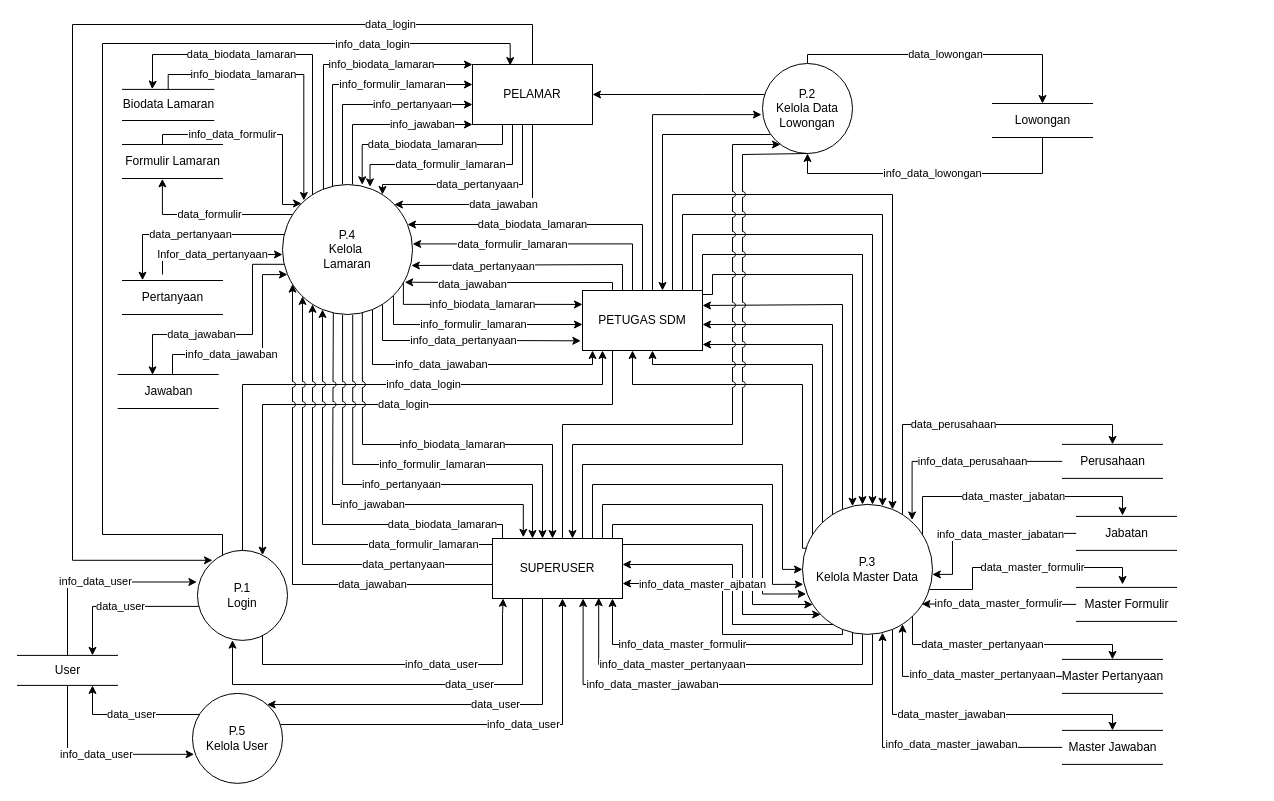
The draw.io diagram page "DFD 0" (2 of 7) of DFD v2.drawio in keys2505/tugas-akhir, before the edit. Source tidied: cells renumbered, new cells numbered last; positions are measured from the earlier drawing's top-left corner, leaving out a move shared by most shapes. Both pictures are drawn from the tidied source at 100%, with x=0, y=0 at pixel (17, 24).
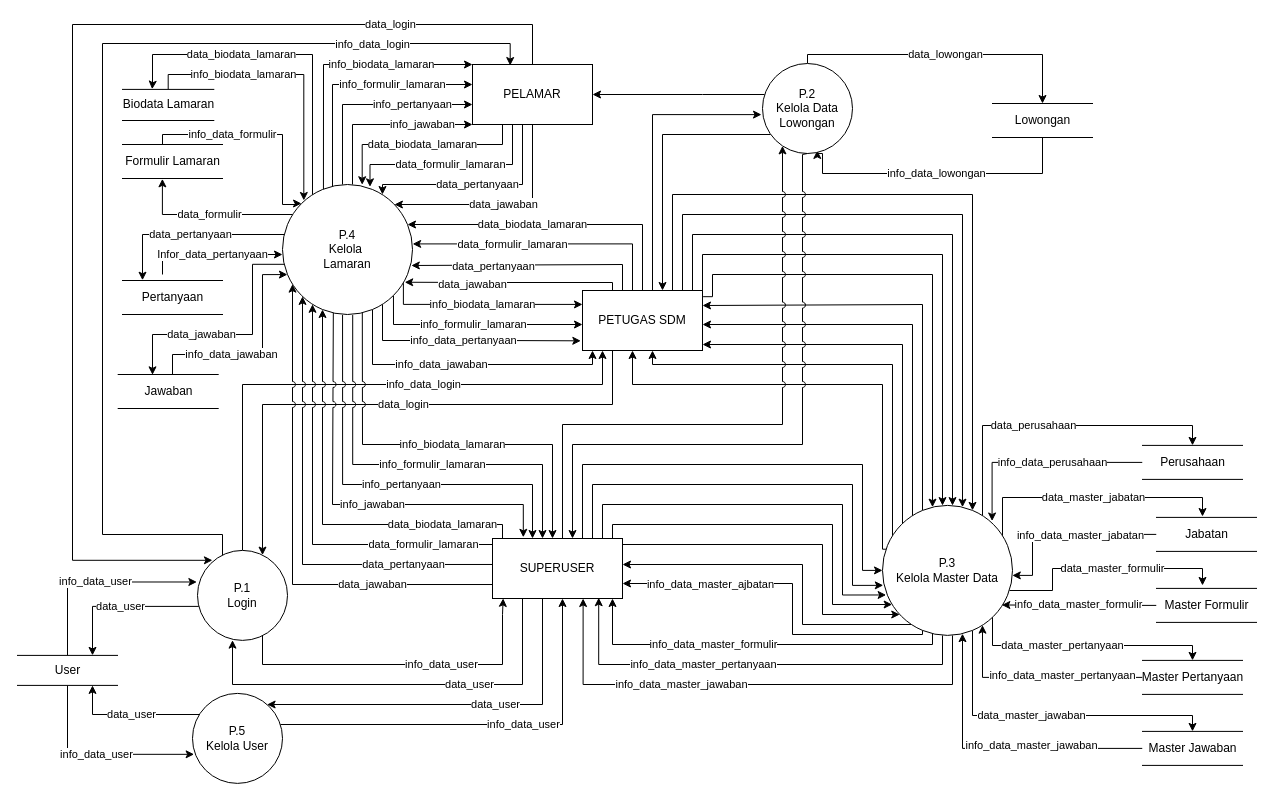
After the change.

Unchanged cells that the change refers to:
```xml
<mxCell id="18" value="PETUGAS SDM" style="rounded=0;whiteSpace=wrap;html=1;" parent="1" vertex="1">
  <mxGeometry x="565" y="266" width="120" height="60" as="geometry" />
</mxCell>
<mxCell id="35" value="SUPERUSER" style="rounded=0;whiteSpace=wrap;html=1;" parent="1" vertex="1">
  <mxGeometry x="475" y="514" width="130" height="60" as="geometry" />
</mxCell>
<mxCell id="40" value="Lowongan" style="html=1;dashed=0;whitespace=wrap;shape=partialRectangle;right=0;left=0;" parent="1" vertex="1">
  <mxGeometry x="975" y="79" width="100" height="34" as="geometry" />
</mxCell>
<mxCell id="44" value="&lt;div&gt;P.2&lt;/div&gt;&lt;div&gt;Kelola Data Lowongan&lt;br&gt;&lt;/div&gt;" style="ellipse;whiteSpace=wrap;html=1;" parent="1" vertex="1">
  <mxGeometry x="745" y="39" width="90" height="90" as="geometry" />
</mxCell>
```

Change to the diagram source:
```diff
@@
     <mxCell id="13" style="edgeStyle=orthogonalEdgeStyle;rounded=0;jettySize=auto;html=1;" parent="1" edge="1" source="18" target="61">
       <mxGeometry relative="1" as="geometry">
         <Array as="points">
           <mxPoint x="665" y="190" />
-          <mxPoint x="865" y="190" />
+          <mxPoint x="945" y="190" />
         </Array>
       </mxGeometry>
     </mxCell>
     <mxCell id="14" style="edgeStyle=orthogonalEdgeStyle;rounded=0;jettySize=auto;html=1;" parent="1" edge="1" source="18" target="61">
       <mxGeometry relative="1" as="geometry">
         <Array as="points">
           <mxPoint x="685" y="230" />
-          <mxPoint x="845" y="230" />
+          <mxPoint x="925" y="230" />
         </Array>
       </mxGeometry>
     </mxCell>
     <mxCell id="15" style="edgeStyle=orthogonalEdgeStyle;rounded=0;jettySize=auto;html=1;" parent="1" edge="1" source="18" target="61">
       <mxGeometry relative="1" as="geometry">
         <Array as="points">
           <mxPoint x="655" y="170" />
-          <mxPoint x="875" y="170" />
+          <mxPoint x="955" y="170" />
         </Array>
       </mxGeometry>
     </mxCell>
     <mxCell id="16" style="edgeStyle=orthogonalEdgeStyle;rounded=0;jettySize=auto;html=1;" parent="1" edge="1" source="18" target="61">
       <mxGeometry relative="1" as="geometry">
         <Array as="points">
           <mxPoint x="675" y="210" />
-          <mxPoint x="855" y="210" />
+          <mxPoint x="935" y="210" />
         </Array>
       </mxGeometry>
     </mxCell>
-    <mxCell id="17" style="edgeStyle=orthogonalEdgeStyle;rounded=0;jettySize=auto;html=1;" parent="1" edge="1" source="18" target="61">
+    <mxCell id="17" style="edgeStyle=orthogonalEdgeStyle;rounded=0;jettySize=auto;html=1;exitX=1.005;exitY=0.103;exitDx=0;exitDy=0;exitPerimeter=0;" parent="1" edge="1" source="18" target="61">
       <mxGeometry relative="1" as="geometry">
         <Array as="points">
-          <mxPoint x="695" y="270" />
+          <mxPoint x="695" y="272" />
           <mxPoint x="695" y="250" />
-          <mxPoint x="835" y="250" />
+          <mxPoint x="915" y="250" />
         </Array>
       </mxGeometry>
     </mxCell>
@@
     <mxCell id="31" style="edgeStyle=orthogonalEdgeStyle;rounded=0;jettySize=auto;html=1;entryX=0;entryY=0.5;entryDx=0;entryDy=0;" parent="1" edge="1" source="35" target="61">
       <mxGeometry relative="1" as="geometry">
         <Array as="points">
           <mxPoint x="565" y="440" />
-          <mxPoint x="765" y="440" />
-          <mxPoint x="765" y="545" />
+          <mxPoint x="845" y="440" />
+          <mxPoint x="845" y="546" />
         </Array>
       </mxGeometry>
     </mxCell>
     <mxCell id="32" style="edgeStyle=orthogonalEdgeStyle;rounded=0;jettySize=auto;html=1;entryX=0.006;entryY=0.615;entryDx=0;entryDy=0;entryPerimeter=0;" parent="1" edge="1" source="35" target="61">
       <mxGeometry relative="1" as="geometry">
         <Array as="points">
           <mxPoint x="575" y="460" />
-          <mxPoint x="755" y="460" />
-          <mxPoint x="755" y="560" />
+          <mxPoint x="835" y="460" />
+          <mxPoint x="835" y="561" />
         </Array>
       </mxGeometry>
     </mxCell>
     <mxCell id="33" style="edgeStyle=orthogonalEdgeStyle;rounded=0;jettySize=auto;html=1;entryX=0.028;entryY=0.689;entryDx=0;entryDy=0;entryPerimeter=0;" parent="1" edge="1" source="35" target="61">
       <mxGeometry relative="1" as="geometry">
         <Array as="points">
           <mxPoint x="585" y="480" />
-          <mxPoint x="745" y="480" />
-          <mxPoint x="745" y="570" />
+          <mxPoint x="825" y="480" />
+          <mxPoint x="825" y="570" />
         </Array>
       </mxGeometry>
     </mxCell>
     <mxCell id="34" style="edgeStyle=orthogonalEdgeStyle;rounded=0;jettySize=auto;html=1;" parent="1" edge="1" source="35" target="61">
       <mxGeometry relative="1" as="geometry">
         <Array as="points">
           <mxPoint x="595" y="500" />
-          <mxPoint x="735" y="500" />
-          <mxPoint x="735" y="580" />
+          <mxPoint x="815" y="500" />
+          <mxPoint x="815" y="580" />
         </Array>
       </mxGeometry>
     </mxCell>
@@
-    <mxCell id="39" value="info_data_lowongan" style="edgeStyle=orthogonalEdgeStyle;rounded=0;jettySize=auto;html=1;entryX=0.5;entryY=1;entryDx=0;entryDy=0;" parent="1" edge="1" source="40" target="44">
+    <mxCell id="39" value="info_data_lowongan" style="edgeStyle=orthogonalEdgeStyle;rounded=0;jettySize=auto;html=1;entryX=0.609;entryY=0.966;entryDx=0;entryDy=0;entryPerimeter=0;" parent="1" edge="1" source="40" target="44">
       <mxGeometry relative="1" as="geometry">
         <Array as="points">
           <mxPoint x="1025" y="149" />
-          <mxPoint x="790" y="149" />
+          <mxPoint x="805" y="149" />
+          <mxPoint x="805" y="129" />
+          <mxPoint x="800" y="129" />
         </Array>
       </mxGeometry>
     </mxCell>
@@
     <mxCell id="45" value="data_perusahaan" style="edgeStyle=orthogonalEdgeStyle;rounded=0;jettySize=auto;html=1;entryX=0.5;entryY=0;entryDx=0;entryDy=0;" parent="1" edge="1" source="61" target="91">
       <mxGeometry x="-0.12" relative="1" as="geometry">
         <Array as="points">
-          <mxPoint x="885" y="400" />
-          <mxPoint x="1095" y="400" />
+          <mxPoint x="965" y="401" />
+          <mxPoint x="1175" y="401" />
         </Array>
       </mxGeometry>
     </mxCell>
     <mxCell id="46" value="data_master_jabatan" style="edgeStyle=orthogonalEdgeStyle;rounded=0;jettySize=auto;html=1;" parent="1" edge="1" source="61">
       <mxGeometry relative="1" as="geometry">
-        <mxPoint x="1105" y="491" as="targetPoint" />
+        <mxPoint x="1185" y="492" as="targetPoint" />
         <Array as="points">
-          <mxPoint x="905" y="472" />
-          <mxPoint x="1105" y="472" />
-          <mxPoint x="1105" y="491" />
+          <mxPoint x="985" y="473" />
+          <mxPoint x="1185" y="473" />
+          <mxPoint x="1185" y="492" />
         </Array>
       </mxGeometry>
     </mxCell>
     <mxCell id="47" value="data_master_formulir" style="edgeStyle=orthogonalEdgeStyle;rounded=0;jettySize=auto;html=1;entryX=0.46;entryY=-0.086;entryDx=0;entryDy=0;entryPerimeter=0;" parent="1" edge="1" source="61" target="87">
       <mxGeometry x="0.08" relative="1" as="geometry">
         <Array as="points">
-          <mxPoint x="955" y="565" />
-          <mxPoint x="955" y="543" />
-          <mxPoint x="1105" y="543" />
+          <mxPoint x="1035" y="566" />
+          <mxPoint x="1035" y="544" />
+          <mxPoint x="1185" y="544" />
         </Array>
       </mxGeometry>
     </mxCell>
     <mxCell id="48" value="data_master_pertanyaan" style="edgeStyle=orthogonalEdgeStyle;rounded=0;jettySize=auto;html=1;entryX=0.5;entryY=0;entryDx=0;entryDy=0;" parent="1" edge="1" source="61" target="97">
       <mxGeometry x="-0.19" relative="1" as="geometry">
         <Array as="points">
-          <mxPoint x="895" y="620" />
-          <mxPoint x="1095" y="620" />
+          <mxPoint x="975" y="621" />
+          <mxPoint x="1175" y="621" />
         </Array>
       </mxGeometry>
     </mxCell>
     <mxCell id="49" value="data_master_jawaban" style="edgeStyle=orthogonalEdgeStyle;rounded=0;jettySize=auto;html=1;entryX=0.5;entryY=0;entryDx=0;entryDy=0;" parent="1" edge="1" source="61" target="99">
       <mxGeometry x="-0.1" relative="1" as="geometry">
         <Array as="points">
-          <mxPoint x="875" y="690" />
-          <mxPoint x="1095" y="690" />
+          <mxPoint x="955" y="691" />
+          <mxPoint x="1175" y="691" />
         </Array>
       </mxGeometry>
     </mxCell>
     <mxCell id="50" style="edgeStyle=orthogonalEdgeStyle;rounded=0;jettySize=auto;html=1;entryX=1;entryY=0.25;entryDx=0;entryDy=0;" parent="1" edge="1" source="61" target="18">
       <mxGeometry relative="1" as="geometry">
         <Array as="points">
-          <mxPoint x="825" y="280" />
+          <mxPoint x="905" y="280" />
           <mxPoint x="685" y="280" />
         </Array>
       </mxGeometry>
     </mxCell>
     <mxCell id="51" style="edgeStyle=orthogonalEdgeStyle;rounded=0;jettySize=auto;html=1;" parent="1" edge="1" source="61">
       <mxGeometry relative="1" as="geometry">
         <mxPoint x="685" y="300" as="targetPoint" />
         <Array as="points">
-          <mxPoint x="815" y="300" />
-          <mxPoint x="685" y="300" />
+          <mxPoint x="895" y="300" />
         </Array>
       </mxGeometry>
     </mxCell>
     <mxCell id="52" style="edgeStyle=orthogonalEdgeStyle;rounded=0;jettySize=auto;html=1;" parent="1" edge="1" source="61" target="18">
       <mxGeometry relative="1" as="geometry">
         <Array as="points">
-          <mxPoint x="805" y="320" />
+          <mxPoint x="885" y="320" />
         </Array>
       </mxGeometry>
     </mxCell>
     <mxCell id="53" style="edgeStyle=orthogonalEdgeStyle;rounded=0;jettySize=auto;html=1;" parent="1" edge="1" source="61" target="18">
       <mxGeometry relative="1" as="geometry">
         <Array as="points">
-          <mxPoint x="795" y="340" />
+          <mxPoint x="875" y="340" />
           <mxPoint x="635" y="340" />
         </Array>
       </mxGeometry>
     </mxCell>
     <mxCell id="54" style="edgeStyle=orthogonalEdgeStyle;rounded=0;jettySize=auto;html=1;exitX=0.027;exitY=0.337;exitDx=0;exitDy=0;exitPerimeter=0;" parent="1" edge="1" source="61" target="18">
       <mxGeometry relative="1" as="geometry">
         <Array as="points">
-          <mxPoint x="785" y="524" />
-          <mxPoint x="785" y="360" />
+          <mxPoint x="865" y="525" />
+          <mxPoint x="865" y="360" />
           <mxPoint x="615" y="360" />
         </Array>
       </mxGeometry>
     </mxCell>
     <mxCell id="55" style="edgeStyle=orthogonalEdgeStyle;rounded=0;jettySize=auto;html=1;" parent="1" edge="1" source="35" target="61">
       <mxGeometry relative="1" as="geometry">
         <Array as="points">
-          <mxPoint x="725" y="520" />
-          <mxPoint x="725" y="590" />
+          <mxPoint x="805" y="520" />
+          <mxPoint x="805" y="590" />
         </Array>
       </mxGeometry>
     </mxCell>
     <mxCell id="56" style="edgeStyle=orthogonalEdgeStyle;rounded=0;jettySize=auto;html=1;" parent="1" edge="1" source="61" target="35">
       <mxGeometry relative="1" as="geometry">
         <Array as="points">
-          <mxPoint x="715" y="600" />
-          <mxPoint x="715" y="540" />
+          <mxPoint x="785" y="600" />
+          <mxPoint x="785" y="540" />
         </Array>
       </mxGeometry>
     </mxCell>
-    <mxCell id="57" value="info_data_master_ajbatan" style="edgeStyle=orthogonalEdgeStyle;rounded=0;jettySize=auto;html=1;entryX=1;entryY=0.75;entryDx=0;entryDy=0;" parent="1" edge="1" source="61" target="35">
-      <mxGeometry x="0.42" y="1" relative="1" as="geometry">
+    <mxCell id="57" value="info_data_master_ajbatan" style="edgeStyle=orthogonalEdgeStyle;rounded=0;jettySize=auto;html=1;entryX=1;entryY=0.75;entryDx=0;entryDy=0;exitX=0.294;exitY=0.947;exitDx=0;exitDy=0;exitPerimeter=0;" parent="1" edge="1" source="61" target="35">
+      <mxGeometry x="0.51" y="1" relative="1" as="geometry">
         <Array as="points">
-          <mxPoint x="825" y="610" />
-          <mxPoint x="705" y="610" />
-          <mxPoint x="705" y="559" />
+          <mxPoint x="905" y="604" />
+          <mxPoint x="905" y="610" />
+          <mxPoint x="775" y="610" />
+          <mxPoint x="775" y="559" />
         </Array>
       </mxGeometry>
     </mxCell>
     <mxCell id="58" value="info_data_master_formulir" style="edgeStyle=orthogonalEdgeStyle;rounded=0;jettySize=auto;html=1;" parent="1" edge="1" source="61" target="35">
       <mxGeometry x="0.22" relative="1" as="geometry">
         <Array as="points">
-          <mxPoint x="835" y="620" />
+          <mxPoint x="915" y="620" />
           <mxPoint x="595" y="620" />
         </Array>
       </mxGeometry>
     </mxCell>
     <mxCell id="59" value="info_data_master_pertanyaan" style="edgeStyle=orthogonalEdgeStyle;rounded=0;jettySize=auto;html=1;entryX=0.817;entryY=0.987;entryDx=0;entryDy=0;entryPerimeter=0;" parent="1" edge="1" source="61" target="35">
       <mxGeometry x="0.22" relative="1" as="geometry">
         <Array as="points">
-          <mxPoint x="845" y="640" />
+          <mxPoint x="925" y="640" />
           <mxPoint x="581" y="640" />
         </Array>
       </mxGeometry>
     </mxCell>
     <mxCell id="60" value="info_data_master_jawaban" style="edgeStyle=orthogonalEdgeStyle;rounded=0;jettySize=auto;html=1;entryX=0.697;entryY=1;entryDx=0;entryDy=0;entryPerimeter=0;" parent="1" edge="1" source="61" target="35">
       <mxGeometry x="0.27" relative="1" as="geometry">
         <Array as="points">
-          <mxPoint x="855" y="660" />
-          <mxPoint x="565" y="660" />
-          <mxPoint x="565" y="574" />
+          <mxPoint x="935" y="660" />
+          <mxPoint x="566" y="660" />
         </Array>
       </mxGeometry>
     </mxCell>
     <mxCell id="61" value="&lt;div&gt;P.3&lt;/div&gt;&lt;div&gt;Kelola Master Data&lt;br&gt;&lt;/div&gt;" style="ellipse;whiteSpace=wrap;html=1;" parent="1" vertex="1">
-      <mxGeometry x="785" y="479.9" width="130" height="130" as="geometry" />
+      <mxGeometry x="865" y="480.9" width="130" height="130" as="geometry" />
     </mxCell>
@@
     <mxCell id="87" value="Master Formulir" style="html=1;dashed=0;whitespace=wrap;shape=partialRectangle;right=0;left=0;" parent="1" vertex="1">
-      <mxGeometry x="1059" y="562.9" width="100" height="34" as="geometry" />
+      <mxGeometry x="1139" y="563.9" width="100" height="34" as="geometry" />
     </mxCell>
     <mxCell id="88" value="info_data_master_jabatan" style="edgeStyle=orthogonalEdgeStyle;rounded=0;jettySize=auto;html=1;" parent="1" edge="1" source="89" target="61">
       <mxGeometry x="-0.18" y="1" relative="1" as="geometry">
         <Array as="points">
-          <mxPoint x="935" y="508.9" />
-          <mxPoint x="935" y="549.9" />
+          <mxPoint x="1015" y="509.9" />
+          <mxPoint x="1015" y="550.9" />
         </Array>
       </mxGeometry>
     </mxCell>
     <mxCell id="89" value="Jabatan" style="html=1;dashed=0;whitespace=wrap;shape=partialRectangle;right=0;left=0;" parent="1" vertex="1">
-      <mxGeometry x="1059" y="491.9" width="100" height="34" as="geometry" />
+      <mxGeometry x="1139" y="492.9" width="100" height="34" as="geometry" />
     </mxCell>
     <mxCell id="90" value="info_data_perusahaan" style="edgeStyle=orthogonalEdgeStyle;rounded=0;jettySize=auto;html=1;entryX=0.843;entryY=0.12;entryDx=0;entryDy=0;entryPerimeter=0;" parent="1" edge="1" source="91" target="61">
       <mxGeometry x="-0.14" relative="1" as="geometry">
         <Array as="points">
-          <mxPoint x="895" y="437" />
-          <mxPoint x="895" y="496" />
+          <mxPoint x="975" y="438" />
+          <mxPoint x="975" y="497" />
         </Array>
       </mxGeometry>
     </mxCell>
     <mxCell id="91" value="Perusahaan" style="html=1;dashed=0;whitespace=wrap;shape=partialRectangle;right=0;left=0;" parent="1" vertex="1">
-      <mxGeometry x="1045" y="419.9" width="100" height="34" as="geometry" />
+      <mxGeometry x="1125" y="420.9" width="100" height="34" as="geometry" />
     </mxCell>
@@
     <mxCell id="96" value="info_data_master_pertanyaan" style="edgeStyle=orthogonalEdgeStyle;rounded=0;jettySize=auto;html=1;" parent="1" edge="1" source="97" target="61">
       <mxGeometry x="-0.25" y="-2" relative="1" as="geometry">
         <Array as="points">
-          <mxPoint x="885" y="652" />
+          <mxPoint x="965" y="653" />
         </Array>
       </mxGeometry>
     </mxCell>
     <mxCell id="97" value="Master Pertanyaan" style="html=1;dashed=0;whitespace=wrap;shape=partialRectangle;right=0;left=0;" parent="1" vertex="1">
-      <mxGeometry x="1045" y="634.9" width="100" height="34" as="geometry" />
+      <mxGeometry x="1125" y="635.9" width="100" height="34" as="geometry" />
     </mxCell>
     <mxCell id="98" value="info_data_master_jawaban" style="edgeStyle=orthogonalEdgeStyle;rounded=0;jettySize=auto;html=1;" parent="1" edge="1" source="99" target="61">
       <mxGeometry x="-0.25" y="-3" relative="1" as="geometry">
         <Array as="points">
-          <mxPoint x="865" y="723" />
+          <mxPoint x="945" y="724" />
         </Array>
       </mxGeometry>
     </mxCell>
     <mxCell id="99" value="Master Jawaban" style="html=1;dashed=0;whitespace=wrap;shape=partialRectangle;right=0;left=0;" parent="1" vertex="1">
-      <mxGeometry x="1045" y="705.9" width="100" height="34" as="geometry" />
+      <mxGeometry x="1125" y="706.9" width="100" height="34" as="geometry" />
     </mxCell>
     <mxCell id="100" style="edgeStyle=orthogonalEdgeStyle;rounded=0;jettySize=auto;html=1;jumpStyle=arc;" parent="1" edge="1" source="35" target="44">
       <mxGeometry relative="1" as="geometry">
         <Array as="points">
           <mxPoint x="545" y="400" />
-          <mxPoint x="715" y="400" />
-          <mxPoint x="715" y="120" />
+          <mxPoint x="765" y="400" />
         </Array>
       </mxGeometry>
     </mxCell>
     <mxCell id="101" style="edgeStyle=orthogonalEdgeStyle;rounded=0;jettySize=auto;html=1;jumpStyle=arc;" parent="1" edge="1" source="44" target="35">
       <mxGeometry relative="1" as="geometry">
         <Array as="points">
           <mxPoint x="790" y="130" />
-          <mxPoint x="725" y="130" />
-          <mxPoint x="725" y="420" />
+          <mxPoint x="785" y="130" />
+          <mxPoint x="785" y="420" />
           <mxPoint x="555" y="420" />
         </Array>
       </mxGeometry>
     </mxCell>
```
